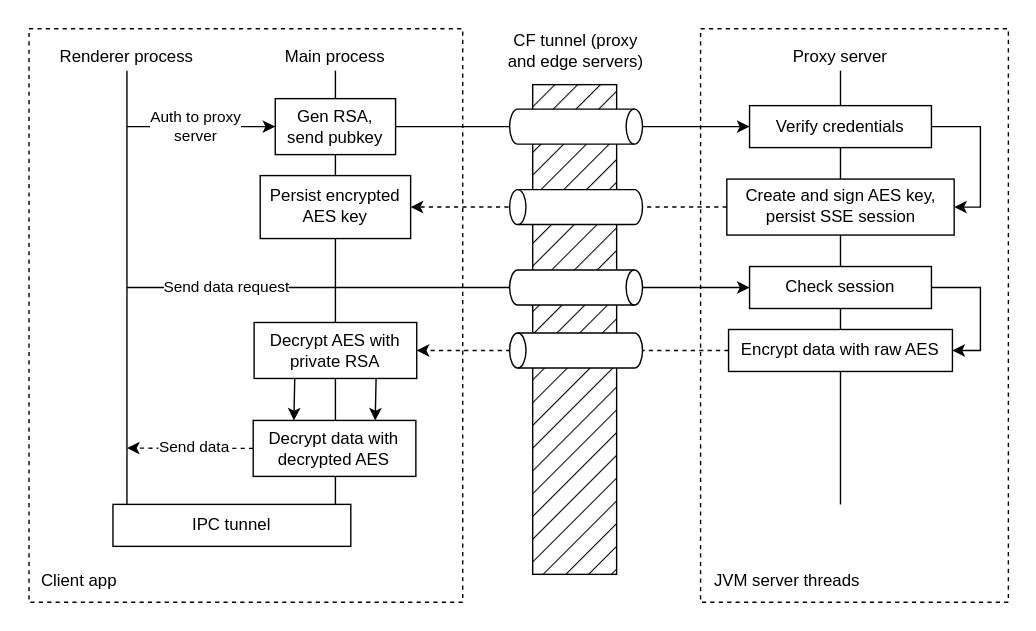
Above: .github/secure-communication.svg in milosz08/event-proxy-system (draw.io), before the change. Source tidied: cells renumbered, new cells last; positions are measured from the earlier drawing's top-left corner, leaving out a move shared by most shapes.
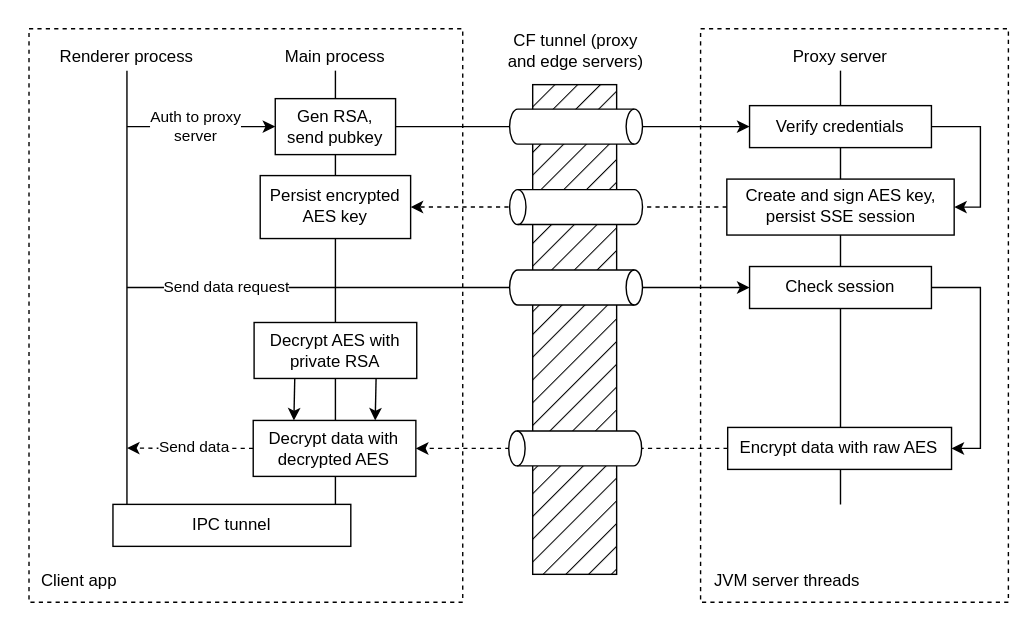
The same file after the commit.

Commit message:
update inconsistent secure communication flow diagram

Diff of the diagram source:
```diff
@@ -78,16 +78,23 @@
       <mxGeometry x="518.8" y="127.5" width="162.5" height="40" as="geometry" />
     </mxCell>
     <mxCell id="21" style="edgeStyle=orthogonalEdgeStyle;rounded=0;jettySize=auto;html=1;exitX=1;exitY=0.5;exitDx=0;exitDy=0;entryX=1;entryY=0.5;entryDx=0;entryDy=0;" parent="1" edge="1" source="22" target="24">
-      <mxGeometry relative="1" as="geometry" />
+      <mxGeometry relative="1" as="geometry">
+        <Array as="points">
+          <mxPoint x="700" y="205" />
+          <mxPoint x="700" y="320" />
+        </Array>
+      </mxGeometry>
     </mxCell>
     <mxCell id="22" value="Check session" style="rounded=0;whiteSpace=wrap;html=1;" parent="1" vertex="1">
       <mxGeometry x="535" y="190" width="130" height="30" as="geometry" />
     </mxCell>
-    <mxCell id="23" style="edgeStyle=orthogonalEdgeStyle;rounded=0;jettySize=auto;html=1;exitX=0;exitY=0.5;exitDx=0;exitDy=0;entryX=1;entryY=0.5;entryDx=0;entryDy=0;dashed=1;" parent="1" edge="1" source="24" target="34">
-      <mxGeometry relative="1" as="geometry" />
+    <mxCell id="23" style="edgeStyle=orthogonalEdgeStyle;rounded=0;jettySize=auto;html=1;exitX=0;exitY=0.5;exitDx=0;exitDy=0;entryX=1;entryY=0.5;entryDx=0;entryDy=0;dashed=1;" parent="1" edge="1" source="24">
+      <mxGeometry relative="1" as="geometry">
+        <mxPoint x="296.5" y="320" as="targetPoint" />
+      </mxGeometry>
     </mxCell>
     <mxCell id="24" value="Encrypt data with raw AES" style="rounded=0;whiteSpace=wrap;html=1;" parent="1" vertex="1">
-      <mxGeometry x="520" y="235" width="160" height="30" as="geometry" />
+      <mxGeometry x="519.4" y="305" width="160" height="30" as="geometry" />
     </mxCell>
     <mxCell id="25" style="endArrow=classic;html=1;rounded=0;entryX=0;entryY=0.5;entryDx=0;entryDy=0;" parent="1" edge="1" target="22">
       <mxGeometry relative="1" as="geometry">
@@ -142,7 +149,7 @@
       <mxGeometry x="508" y="400" width="192" height="30" as="geometry" />
     </mxCell>
     <mxCell id="39" style="shape=cylinder3;whiteSpace=wrap;html=1;boundedLbl=1;backgroundOutline=1;size=5.86206896551721;rotation=90;flipV=1;" parent="1" vertex="1">
-      <mxGeometry x="398.5" y="202.5" width="25" height="95" as="geometry" />
+      <mxGeometry x="397.9" y="272.5" width="25" height="95" as="geometry" />
     </mxCell>
     <mxCell id="40" style="shape=cylinder3;whiteSpace=wrap;html=1;boundedLbl=1;backgroundOutline=1;size=5.86206896551721;rotation=90;" parent="1" vertex="1">
       <mxGeometry x="398.5" y="157.5" width="25" height="95" as="geometry" />
```
